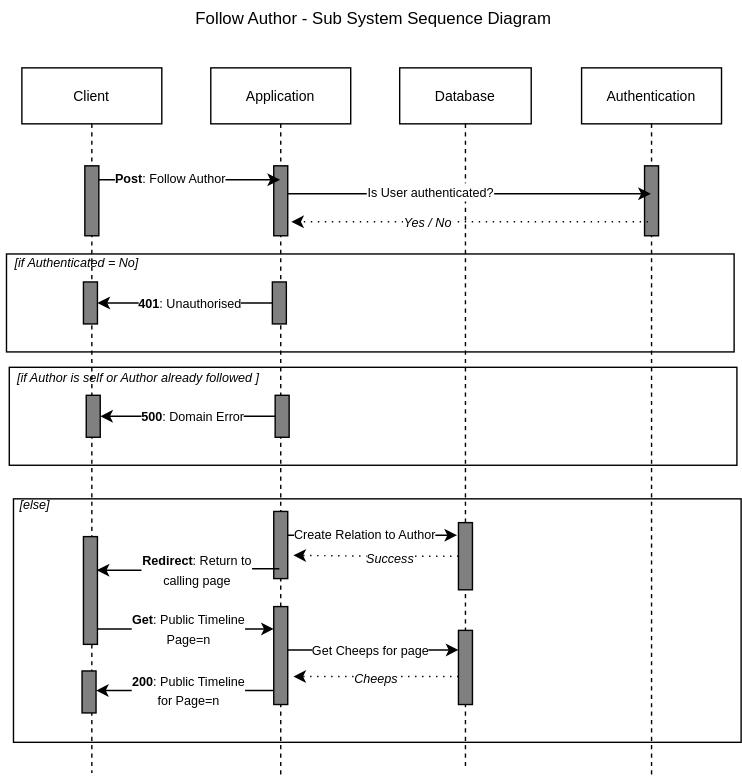
The draw.io diagram docs/Diagrams/SubSystemSequenceDiagramFollowAuthor.drawio.svg in ITU-BDSA23-GROUP22/Chirp, before a commit. Source tidied: cells renumbered, new cells last; positions are measured from the earlier drawing's top-left corner, leaving out a move shared by most shapes.
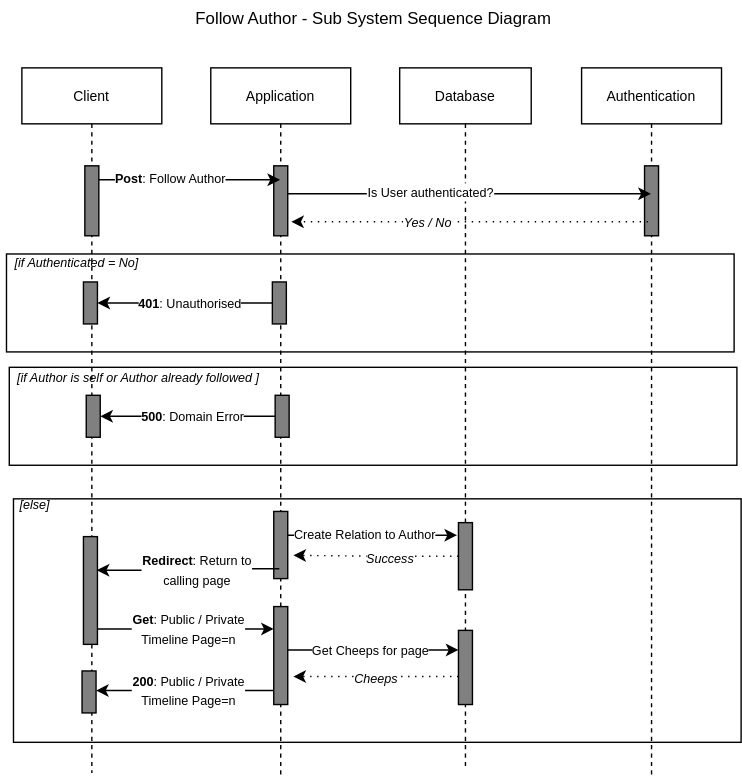
After the commit.

Commit message:
added private timeline to  SubSystemSequenceDiagramFollowAuthor.drawio.svg

Change to the diagram source:
```diff
@@ -152,7 +152,7 @@
         </Array>
       </mxGeometry>
     </mxCell>
-    <mxCell id="41" value="&lt;font style=&quot;font-size: 9px;&quot;&gt;&lt;b&gt;Get&lt;/b&gt;: Public Timeline&lt;br&gt;Page=n&lt;br&gt;&lt;/font&gt;" style="edgeLabel;html=1;align=center;verticalAlign=middle;" parent="40" vertex="1">
+    <mxCell id="41" value="&lt;font style=&quot;font-size: 9px;&quot;&gt;&lt;b&gt;Get&lt;/b&gt;: Public / Private &lt;br&gt;Timeline Page=n&lt;br&gt;&lt;/font&gt;" style="edgeLabel;html=1;align=center;verticalAlign=middle;" parent="40" vertex="1">
       <mxGeometry x="-0.37" relative="1" as="geometry">
         <mxPoint x="25" as="offset" />
       </mxGeometry>
@@ -188,7 +188,7 @@
         </Array>
       </mxGeometry>
     </mxCell>
-    <mxCell id="47" value="&lt;font style=&quot;font-size: 9px;&quot;&gt;&lt;b&gt;200&lt;/b&gt;: Public Timeline&lt;br&gt;for Page=n&lt;/font&gt;" style="edgeLabel;html=1;align=center;verticalAlign=middle;" parent="46" vertex="1">
+    <mxCell id="47" value="&lt;font style=&quot;font-size: 9px;&quot;&gt;&lt;b&gt;200&lt;/b&gt;: Public / Private&lt;br&gt;Timeline&amp;nbsp;Page=n&lt;/font&gt;" style="edgeLabel;html=1;align=center;verticalAlign=middle;" parent="46" vertex="1">
       <mxGeometry x="-0.03" relative="1" as="geometry" />
     </mxCell>
     <mxCell id="48" style="edgeStyle=orthogonalEdgeStyle;rounded=0;jettySize=auto;html=1;curved=0;" parent="1" edge="1" source="6" target="24">
```
